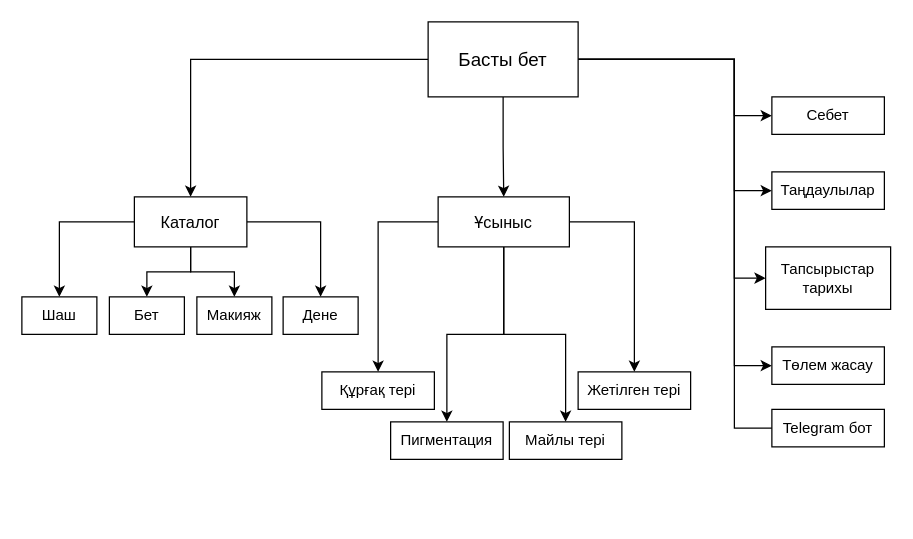
Earlier version of the draw.io diagram структура сайта.drawio (mbayzhanova/nyx_react_project). Source tidied: cells renumbered, new cells numbered last; positions are measured from the earlier drawing's top-left corner, leaving out a move shared by most shapes. Both pictures are drawn from the tidied source at 125%, with x=0, y=0 at pixel (21, 21).
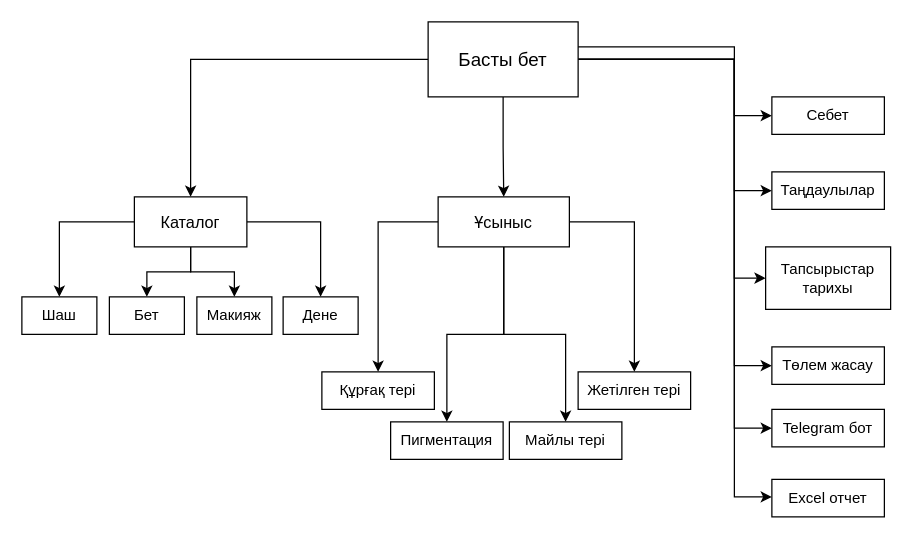
After the change.

Unchanged cells that the change refers to:
```xml
<mxCell id="9" value="&lt;font style=&quot;font-size: 15px;&quot;&gt;Басты бет&lt;/font&gt;" style="rounded=0;whiteSpace=wrap;html=1;" parent="1" vertex="1">
  <mxGeometry x="325" width="120" height="60" as="geometry" />
</mxCell>
<mxCell id="32" value="Telegram бот" style="rounded=0;whiteSpace=wrap;html=1;" parent="1" vertex="1">
  <mxGeometry x="600" y="310" width="90" height="30" as="geometry" />
</mxCell>
```

Diff of the diagram source:
```diff
@@
-    <mxCell id="8" style="edgeStyle=orthogonalEdgeStyle;rounded=0;jettySize=auto;html=1;entryX=0.25;entryY=1;entryDx=0;entryDy=0;" parent="1" edge="1" source="9" target="32">
+    <mxCell id="8" style="edgeStyle=orthogonalEdgeStyle;rounded=0;jettySize=auto;html=1;" parent="1" edge="1" source="9" target="32">
       <mxGeometry relative="1" as="geometry">
         <Array as="points">
           <mxPoint x="570" y="30" />
           <mxPoint x="570" y="325" />
-          <mxPoint x="623" y="325" />
         </Array>
       </mxGeometry>
     </mxCell>
@@
+    <mxCell id="33" value="Excel отчет" style="rounded=0;whiteSpace=wrap;html=1;" parent="1" vertex="1">
+      <mxGeometry x="600" y="366" width="90" height="30" as="geometry" />
+    </mxCell>
+    <mxCell id="34" style="edgeStyle=orthogonalEdgeStyle;rounded=0;orthogonalLoop=1;jettySize=auto;html=1;" parent="1" edge="1">
+      <mxGeometry relative="1" as="geometry">
+        <mxPoint x="445" y="20" as="sourcePoint" />
+        <mxPoint x="600" y="380" as="targetPoint" />
+        <Array as="points">
+          <mxPoint x="570" y="20" />
+          <mxPoint x="570" y="380" />
+        </Array>
+      </mxGeometry>
+    </mxCell>
```
